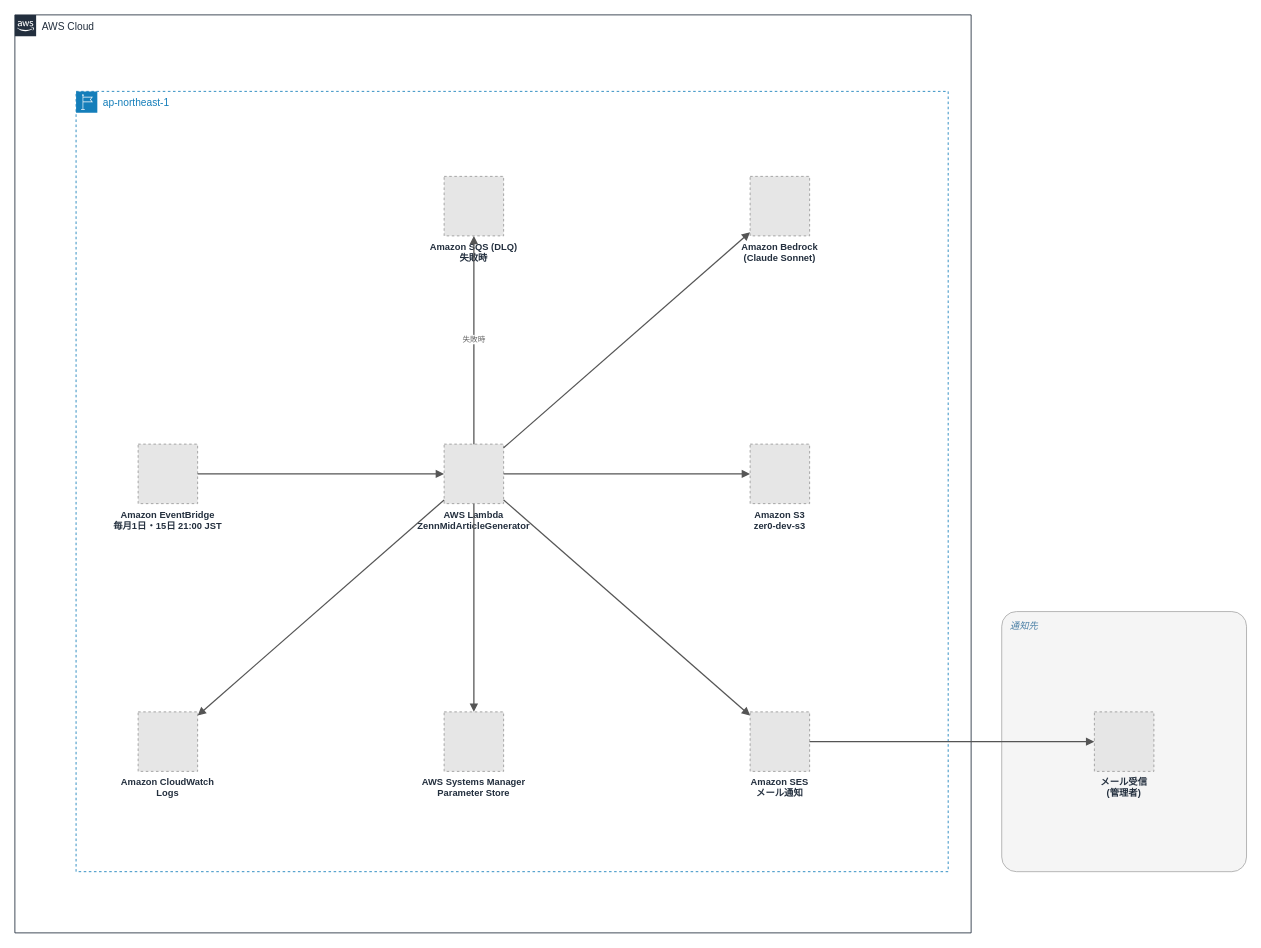
Zer0-1179/Zer0-public keeps this draw.io diagram as 005_zenn-mid-article-bot/images/005_architecture.drawio. Above is the earlier version. Source tidied: cells renumbered, new cells numbered last; positions are measured from the earlier drawing's top-left corner, leaving out a move shared by most shapes. Both pictures are drawn from the tidied source at 85%, with x=0, y=0 at pixel (14, 14). Pictures stored in the file or linked from it are replaced by grey dashed boxes.
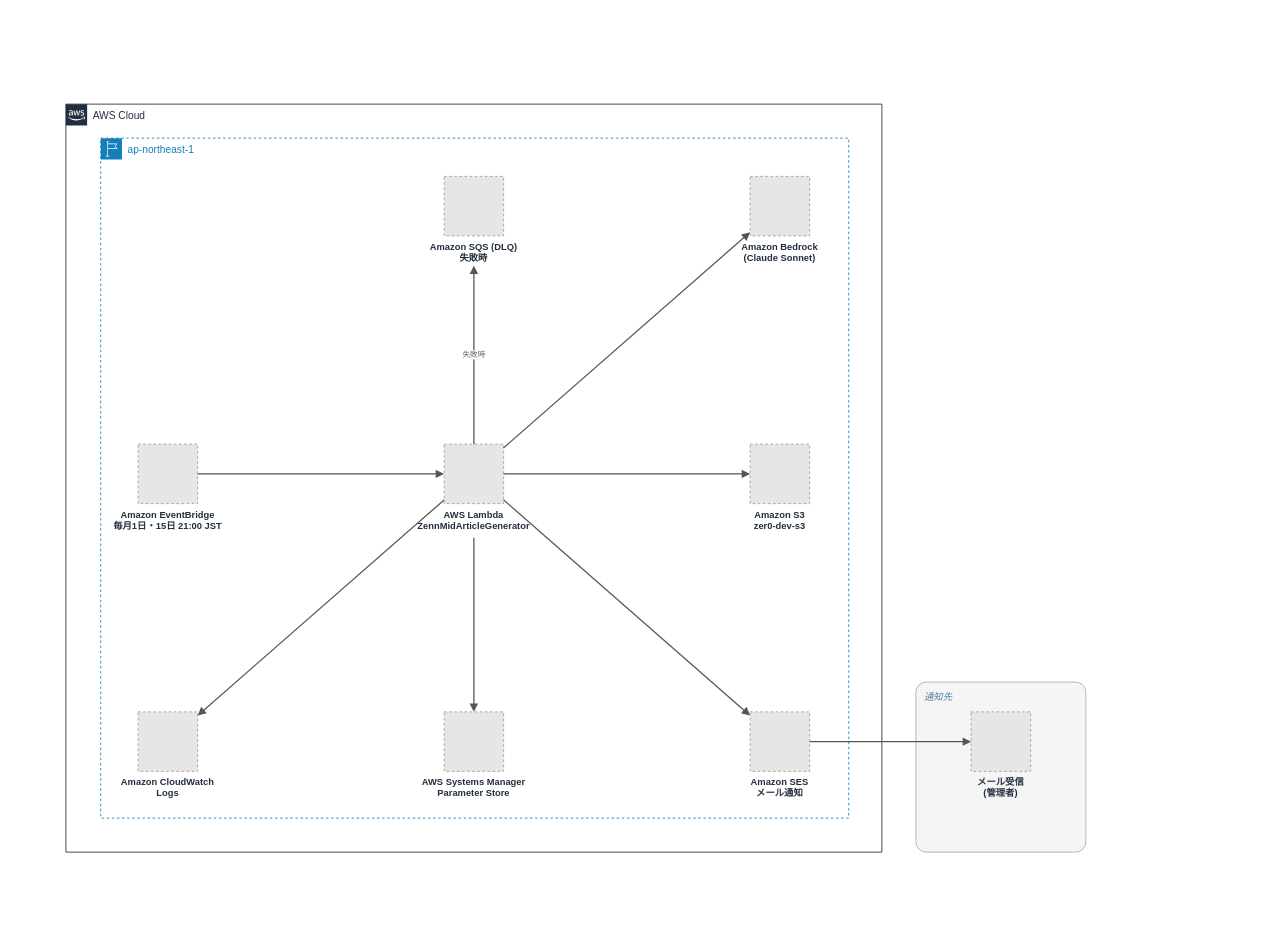
The same diagram, later.

Unchanged cells that the change refers to:
```xml
<mxCell id="6" value="AWS Lambda&#10;ZennMidArticleGenerator" style="fillColor=#E6E6E6;strokeColor=#999999;dashed=1;verticalLabelPosition=bottom;verticalAlign=top;labelBackgroundColor=none;fontSize=11;fontStyle=1;fontColor=#232F3E;" parent="1" vertex="1">
  <mxGeometry x="505" y="505" width="70" height="70" as="geometry" />
</mxCell>
<mxCell id="8" value="Amazon SQS (DLQ)&#10;失敗時" style="fillColor=#E6E6E6;strokeColor=#999999;dashed=1;verticalLabelPosition=bottom;verticalAlign=top;labelBackgroundColor=none;fontSize=11;fontStyle=1;fontColor=#232F3E;" parent="1" vertex="1">
  <mxGeometry x="505" y="190" width="70" height="70" as="geometry" />
</mxCell>
<mxCell id="11" value="AWS Systems Manager&#10;Parameter Store" style="fillColor=#E6E6E6;strokeColor=#999999;dashed=1;verticalLabelPosition=bottom;verticalAlign=top;labelBackgroundColor=none;fontSize=11;fontStyle=1;fontColor=#232F3E;" parent="1" vertex="1">
  <mxGeometry x="505" y="820" width="70" height="70" as="geometry" />
</mxCell>
```

Diff of the diagram source:
```diff
@@
     <mxCell id="2" value="AWS Cloud" style="gradientColor=none;html=1;whiteSpace=wrap;fontSize=12;fontStyle=0;shape=mxgraph.aws4.group;grIcon=mxgraph.aws4.group_aws_cloud_alt;strokeColor=#232F3E;fillColor=none;verticalAlign=top;align=left;spacingLeft=30;fontColor=#232F3E;dashed=0;" parent="1" vertex="1">
-      <mxGeometry width="1125" height="1080" as="geometry" />
+      <mxGeometry x="60" y="105" width="960" height="880" as="geometry" />
     </mxCell>
+    <mxCell id="4" value="ap-northeast-1" style="gradientColor=none;html=1;whiteSpace=wrap;fontSize=12;fontStyle=0;shape=mxgraph.aws4.group;grIcon=mxgraph.aws4.group_region;strokeColor=#147EBA;fillColor=none;verticalAlign=top;align=left;spacingLeft=30;fontColor=#147EBA;dashed=1;" parent="2" vertex="1">
+      <mxGeometry x="41" y="40" width="880" height="800" as="geometry" />
+    </mxCell>
     <mxCell id="3" value="通知先" style="rounded=1;arcSize=6;whiteSpace=wrap;html=1;fillColor=#F5F5F5;strokeColor=#AAAAAA;verticalAlign=top;align=left;spacingLeft=8;spacingTop=4;fontColor=#4A7FA5;fontStyle=2;fontSize=11;" parent="1" vertex="1">
-      <mxGeometry x="1161" y="702" width="288" height="306" as="geometry" />
+      <mxGeometry x="1060" y="785" width="200" height="200" as="geometry" />
     </mxCell>
-    <mxCell id="4" value="ap-northeast-1" style="gradientColor=none;html=1;whiteSpace=wrap;fontSize=12;fontStyle=0;shape=mxgraph.aws4.group;grIcon=mxgraph.aws4.group_region;strokeColor=#147EBA;fillColor=none;verticalAlign=top;align=left;spacingLeft=30;fontColor=#147EBA;dashed=1;" parent="2" vertex="1">
-      <mxGeometry x="72" y="90" width="1026" height="918" as="geometry" />
-    </mxCell>
@@
     <mxCell id="13" value="メール受信&#10;(管理者)" style="fillColor=#E6E6E6;strokeColor=#999999;dashed=1;verticalLabelPosition=bottom;verticalAlign=top;labelBackgroundColor=none;fontSize=11;fontStyle=1;fontColor=#232F3E;" parent="1" vertex="1">
-      <mxGeometry x="1270" y="820" width="70" height="70" as="geometry" />
+      <mxGeometry x="1125" y="820" width="70" height="70" as="geometry" />
     </mxCell>
@@
-    <mxCell id="15" value="失敗時" style="endArrow=block;html=1;rounded=0;edgeStyle=none;strokeColor=#555555;strokeWidth=1.5;fontSize=9;fontColor=#666666;labelBackgroundColor=#FFFFFF;" parent="1" edge="1" source="6" target="8">
-      <mxGeometry relative="1" as="geometry" />
+    <mxCell id="15" value="失敗時" style="endArrow=block;html=1;rounded=0;edgeStyle=none;strokeColor=#555555;strokeWidth=1.5;fontSize=9;fontColor=#666666;labelBackgroundColor=#FFFFFF;" parent="1" edge="1" source="6">
+      <mxGeometry relative="1" as="geometry">
+        <mxPoint x="540" y="295" as="targetPoint" />
+      </mxGeometry>
     </mxCell>
@@
-    <mxCell id="19" style="endArrow=block;html=1;rounded=0;edgeStyle=none;strokeColor=#555555;strokeWidth=1.5;fontSize=9;fontColor=#666666;labelBackgroundColor=#FFFFFF;" parent="1" edge="1" source="6" target="11">
-      <mxGeometry relative="1" as="geometry" />
+    <mxCell id="19" style="endArrow=block;html=1;rounded=0;edgeStyle=none;strokeColor=#555555;strokeWidth=1.5;fontSize=9;fontColor=#666666;labelBackgroundColor=#FFFFFF;" parent="1" edge="1" target="11">
+      <mxGeometry relative="1" as="geometry">
+        <mxPoint x="540" y="615" as="sourcePoint" />
+      </mxGeometry>
     </mxCell>
```
